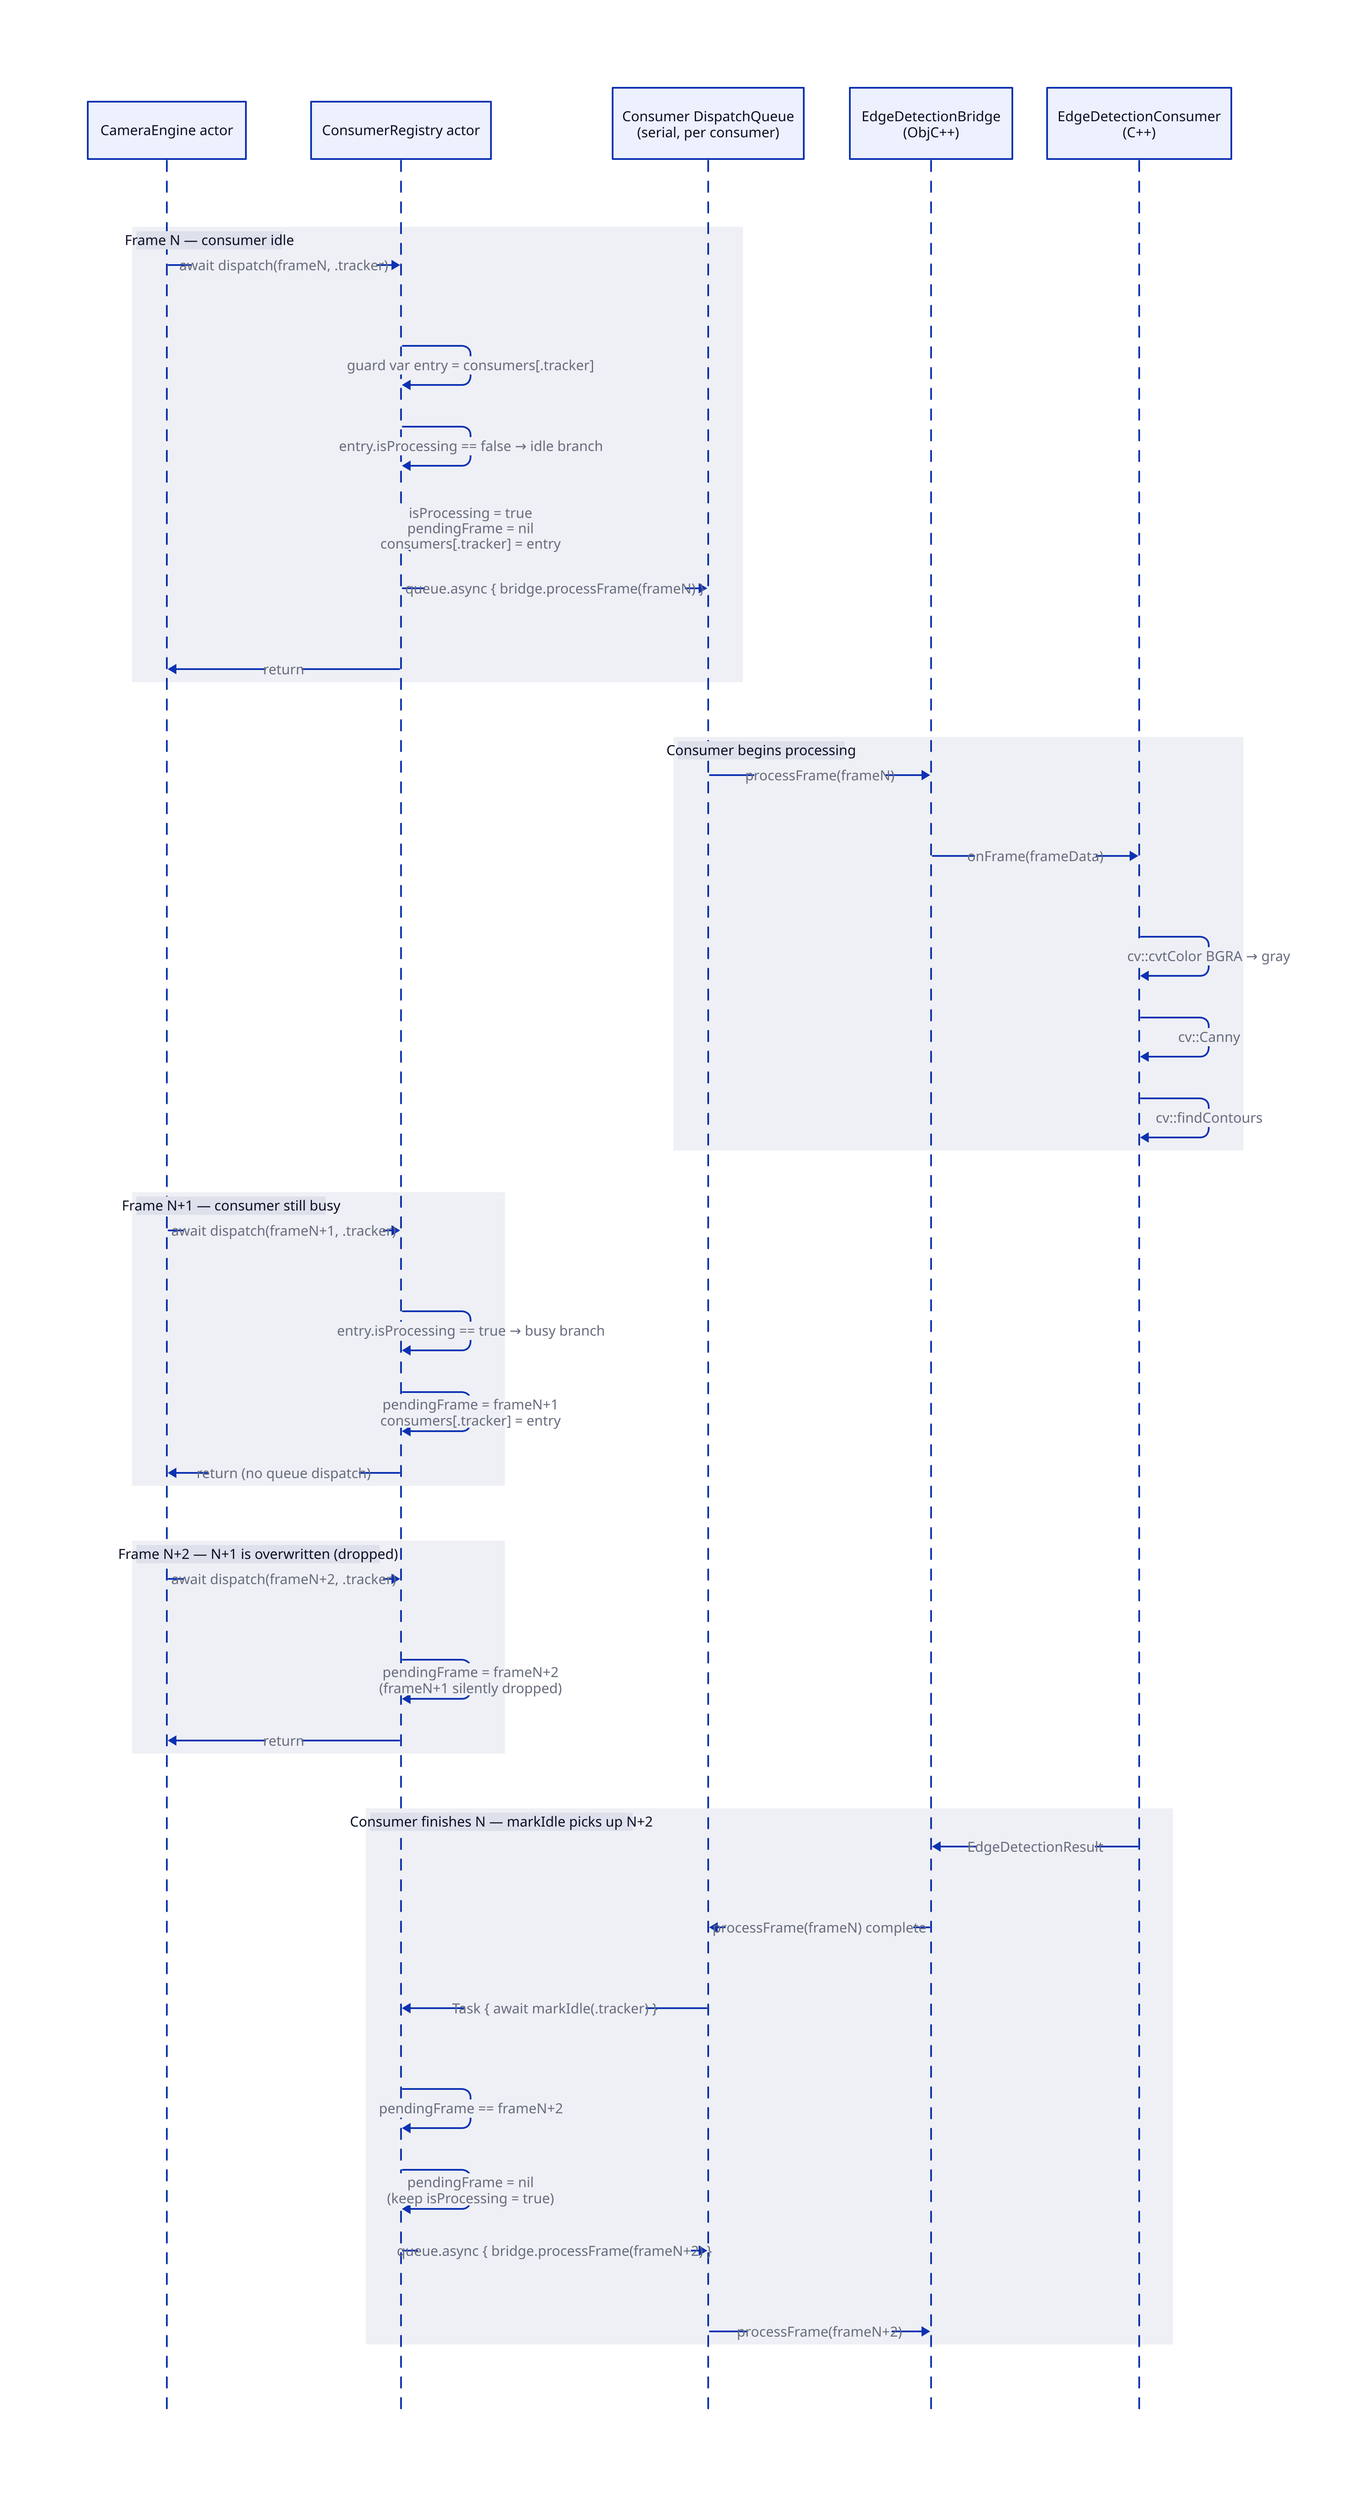
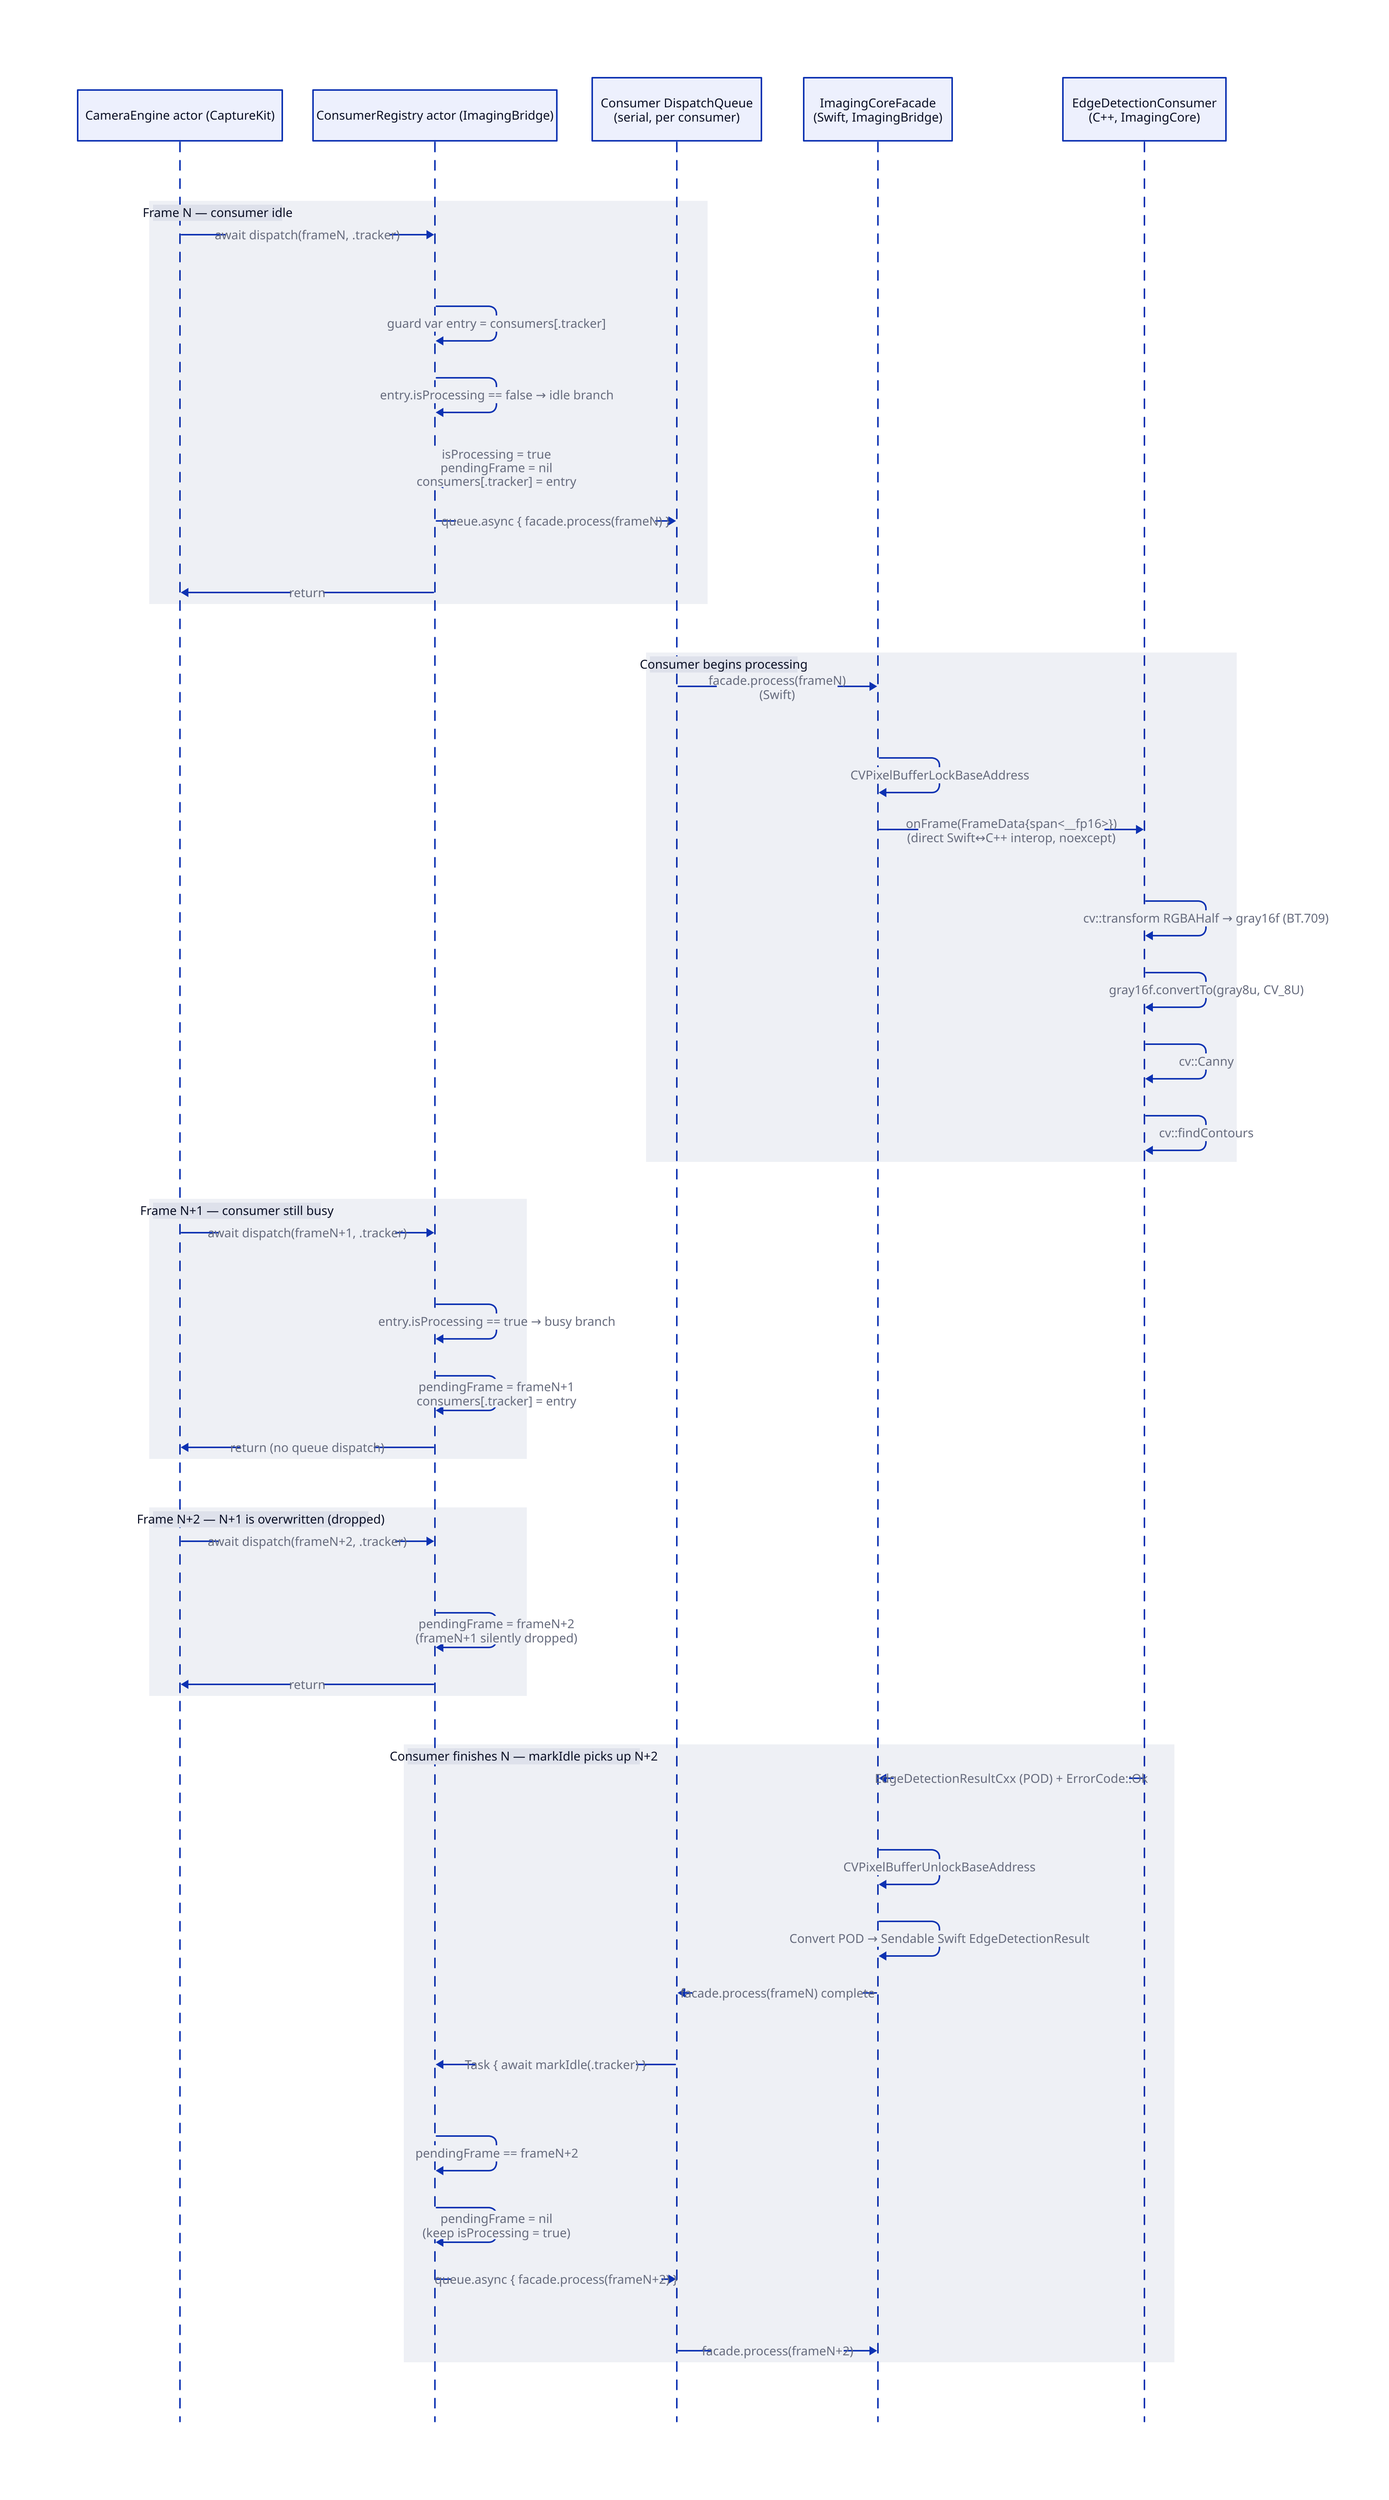
# 07 — Fan-out to C++ consumer (1-slot mailbox)
# Drop-on-busy semantics with 3 frames demonstrating busy/idle branches and markIdle re-dispatch.
# Cross-ref: design/04-opencv-integration.md §ConsumerRegistry

shape: sequence_diagram

- CE: CameraEngine actor
- CR: ConsumerRegistry actor
+ CE: CameraEngine actor (CaptureKit)
+ CR: ConsumerRegistry actor (ImagingBridge)
CQ: "Consumer DispatchQueue\n(serial, per consumer)"
- BR: "EdgeDetectionBridge\n(ObjC++)"
- CPP: "EdgeDetectionConsumer\n(C++)"
+ BR: "ImagingCoreFacade\n(Swift, ImagingBridge)"
+ CPP: "EdgeDetectionConsumer\n(C++, ImagingCore)"

Frame N — consumer idle: {
  CE -> CR: "await dispatch(frameN, .tracker)"
  CR -> CR: "guard var entry = consumers[.tracker]"
  CR -> CR: "entry.isProcessing == false → idle branch"
  CR -> CR: "isProcessing = true\npendingFrame = nil\nconsumers[.tracker] = entry"
-   CR -> CQ: "queue.async { bridge.processFrame(frameN) }"
+   CR -> CQ: "queue.async { facade.process(frameN) }"
  CR -> CE: return
}

Consumer begins processing: {
-   CQ -> BR: processFrame(frameN)
-   BR -> CPP: onFrame(frameData)
-   CPP -> CPP: cv::cvtColor BGRA → gray
+   CQ -> BR: "facade.process(frameN)\n(Swift)"
+   BR -> BR: CVPixelBufferLockBaseAddress
+   BR -> CPP: "onFrame(FrameData{span<__fp16>})\n(direct Swift↔C++ interop, noexcept)"
+   CPP -> CPP: cv::transform RGBAHalf → gray16f (BT.709)
+   CPP -> CPP: gray16f.convertTo(gray8u, CV_8U)
  CPP -> CPP: cv::Canny
  CPP -> CPP: cv::findContours
}

Frame N+1 — consumer still busy: {
  CE -> CR: "await dispatch(frameN+1, .tracker)"
  CR -> CR: "entry.isProcessing == true → busy branch"
  CR -> CR: "pendingFrame = frameN+1\nconsumers[.tracker] = entry"
  CR -> CE: "return (no queue dispatch)"
}

Frame N+2 — N+1 is overwritten (dropped): {
  CE -> CR: "await dispatch(frameN+2, .tracker)"
  CR -> CR: "pendingFrame = frameN+2\n(frameN+1 silently dropped)"
  CR -> CE: return
}

Consumer finishes N — markIdle picks up N+2: {
-   CPP -> BR: EdgeDetectionResult
-   BR -> CQ: processFrame(frameN) complete
+   CPP -> BR: "EdgeDetectionResultCxx (POD) + ErrorCode::Ok"
+   BR -> BR: CVPixelBufferUnlockBaseAddress
+   BR -> BR: "Convert POD → Sendable Swift EdgeDetectionResult"
+   BR -> CQ: "facade.process(frameN) complete"
  CQ -> CR: "Task { await markIdle(.tracker) }"
  CR -> CR: "pendingFrame == frameN+2"
  CR -> CR: "pendingFrame = nil\n(keep isProcessing = true)"
-   CR -> CQ: "queue.async { bridge.processFrame(frameN+2) }"
-   CQ -> BR: processFrame(frameN+2)
+   CR -> CQ: "queue.async { facade.process(frameN+2) }"
+   CQ -> BR: "facade.process(frameN+2)"
}
